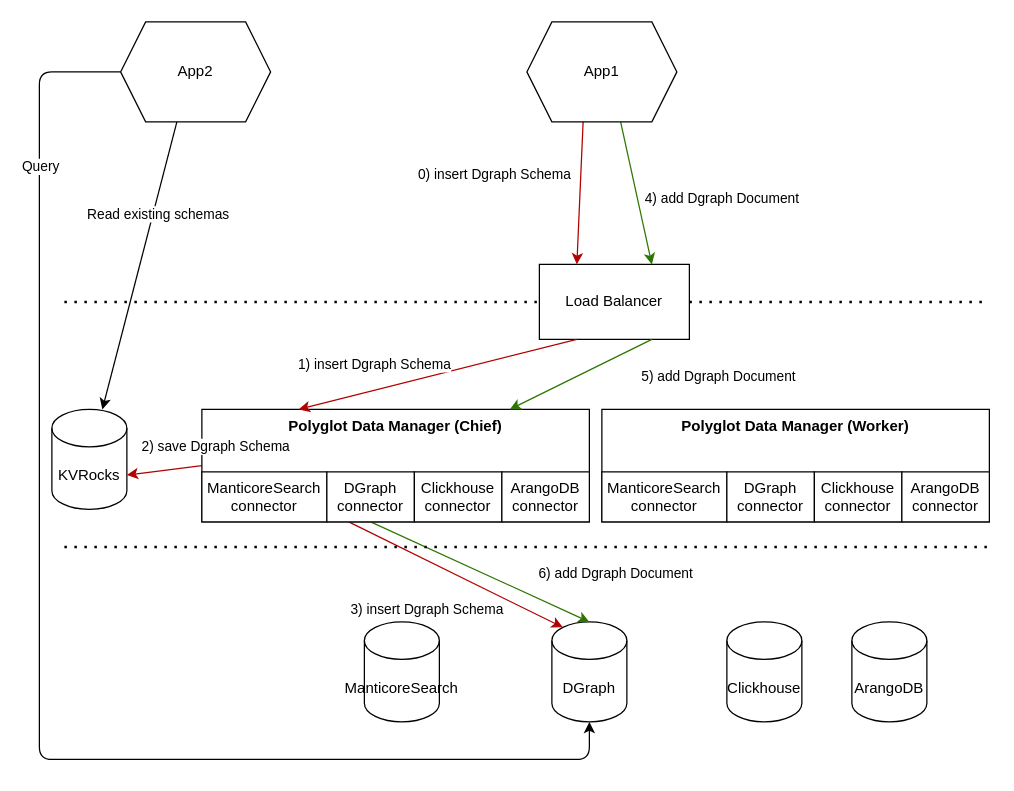
Above: docs/schemas/archi.drawio in fenix01/polyglot-data-manager (draw.io), before the change. Source tidied: cells renumbered, new cells numbered last; positions are measured from the earlier drawing's top-left corner, leaving out a move shared by most shapes. Both pictures are drawn from the tidied source at 125%, with x=0, y=0 at pixel (39, 21).
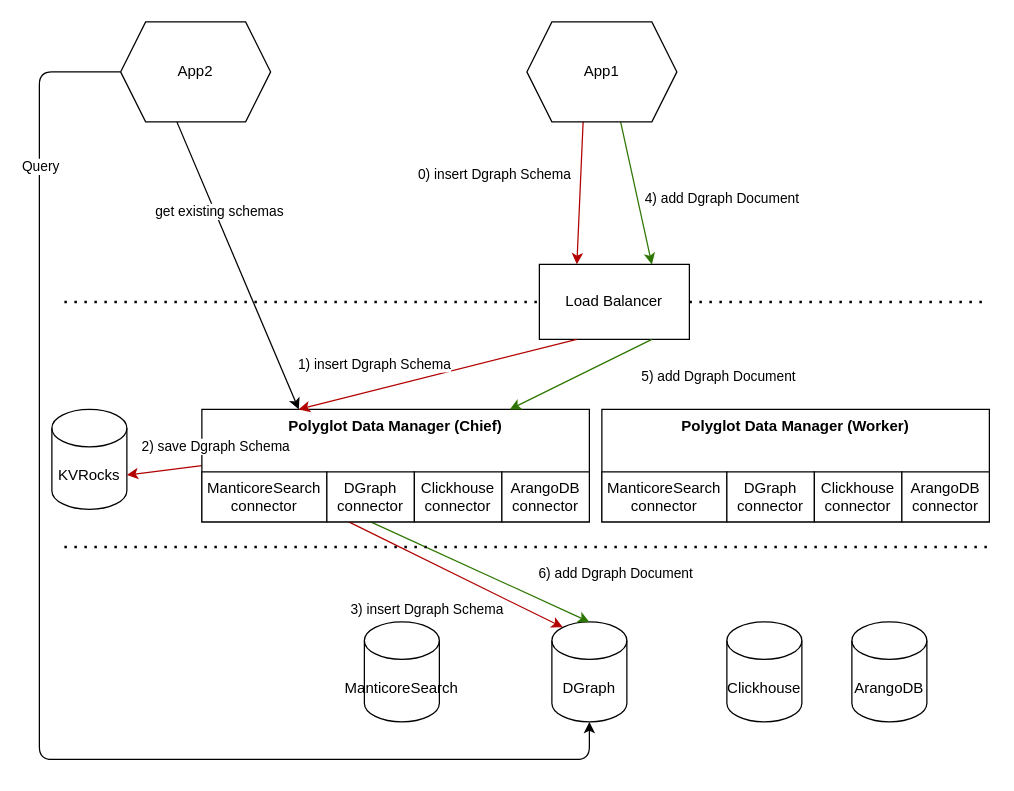
After the change.

Unchanged cells that the change refers to:
```xml
<mxCell id="4" value="KVRocks" style="shape=cylinder3;whiteSpace=wrap;html=1;boundedLbl=1;backgroundOutline=1;size=15;" parent="1" vertex="1">
  <mxGeometry x="10" y="310" width="60" height="80" as="geometry" />
</mxCell>
<mxCell id="7" value="&lt;b&gt;Polyglot Data Manager (Chief)&lt;/b&gt;" style="rounded=0;whiteSpace=wrap;html=1;verticalAlign=top;" parent="1" vertex="1">
  <mxGeometry x="130" y="310" width="310" height="90" as="geometry" />
</mxCell>
<mxCell id="29" value="App2" style="shape=hexagon;perimeter=hexagonPerimeter2;whiteSpace=wrap;html=1;fixedSize=1;" parent="1" vertex="1">
  <mxGeometry x="65" width="120" height="80" as="geometry" />
</mxCell>
```

Change to the diagram source:
```diff
@@
-    <mxCell id="27" style="edgeStyle=none;html=1;exitX=0.375;exitY=1;exitDx=0;exitDy=0;" parent="1" edge="1" source="29" target="4">
+    <mxCell id="27" style="edgeStyle=none;html=1;exitX=0.375;exitY=1;exitDx=0;exitDy=0;entryX=0.25;entryY=0;entryDx=0;entryDy=0;" parent="1" edge="1" source="29" target="7">
       <mxGeometry relative="1" as="geometry" />
     </mxCell>
-    <mxCell id="28" value="Read existing schemas" style="edgeLabel;html=1;align=center;verticalAlign=middle;" parent="27" vertex="1">
+    <mxCell id="28" value="get existing schemas" style="edgeLabel;html=1;align=center;verticalAlign=middle;" parent="27" vertex="1">
       <mxGeometry x="-0.37" y="3" relative="1" as="geometry" />
     </mxCell>
```
